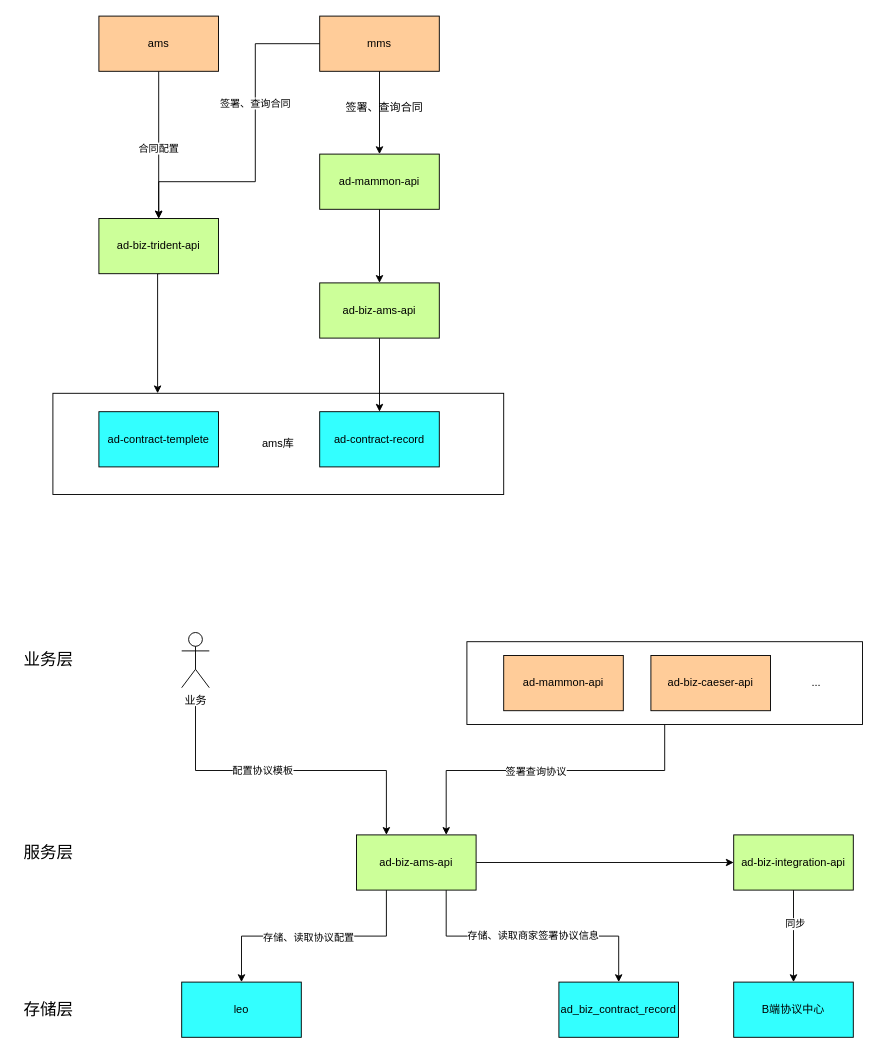
flyfeifeiba/pdd-diagram keeps this draw.io diagram as diagram/ams合同现状.drawio. Above is the earlier version. Source tidied: cells renumbered, new cells numbered last; positions are measured from the earlier drawing's top-left corner, leaving out a move shared by most shapes. Both pictures are drawn from the tidied source at 92%, with x=0, y=0 at pixel (16, 16).
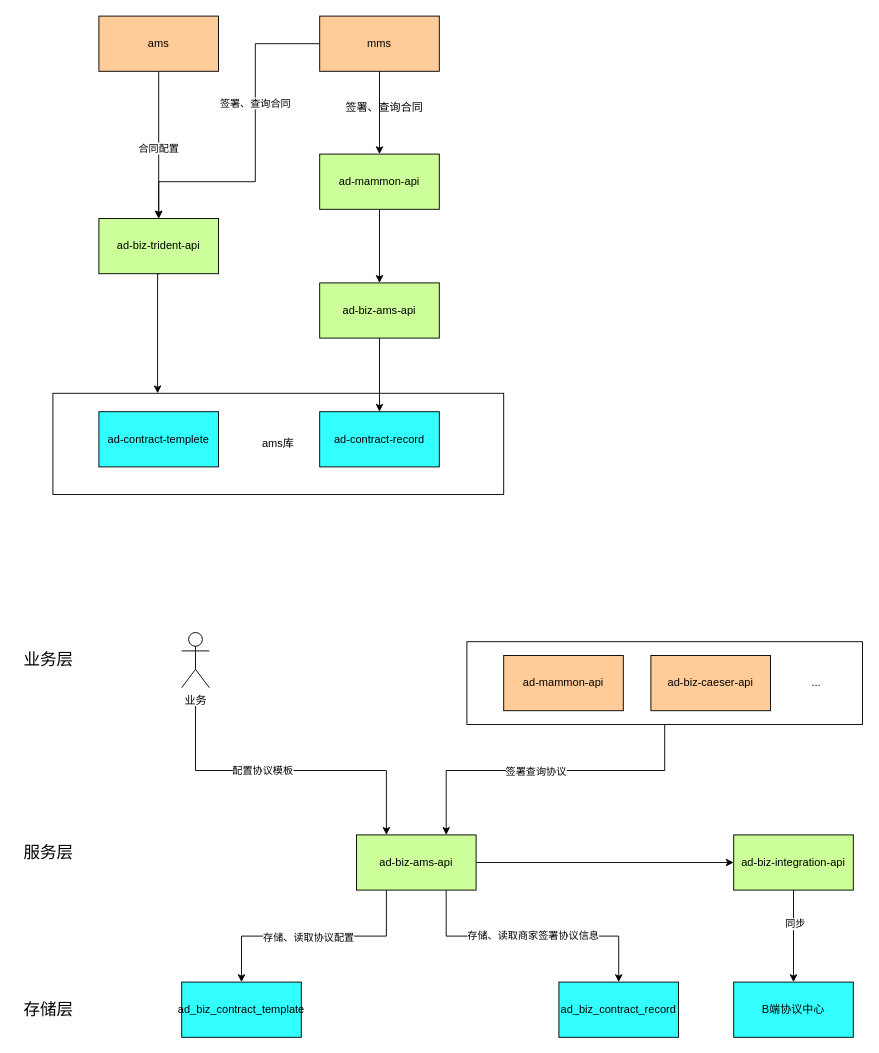
The same page after the edit.

Diff of the diagram source:
```diff
@@
-    <mxCell id="18" value="leo" style="rounded=0;whiteSpace=wrap;html=1;fillColor=#33FFFF;" parent="1" vertex="1">
+    <mxCell id="18" value="ad_biz_contract_template" style="rounded=0;whiteSpace=wrap;html=1;fillColor=#33FFFF;" parent="1" vertex="1">
       <mxGeometry x="180" y="1050" width="130" height="60" as="geometry" />
     </mxCell>
```
